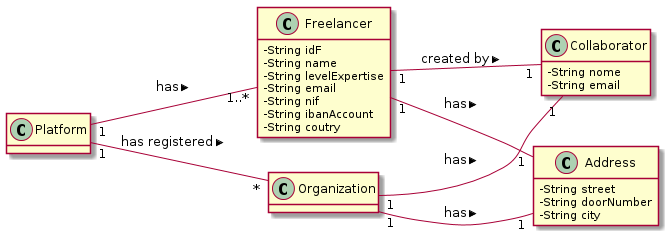
Above: docs/UC3 - Create Freelancer/UC3_MD.png in 1190452/LAPR2 (PlantUML), before the change.
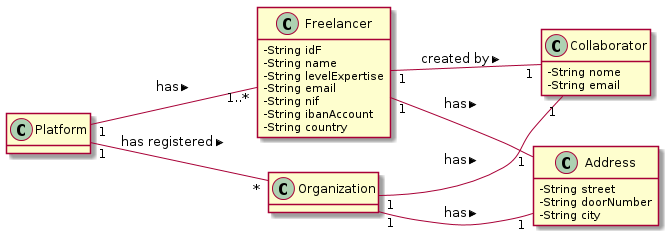
Later version of the same file.

The edit, as a diff of the source:
```diff
@@ -12,28 +12,17 @@
   -String email
   -String nif
   -String ibanAccount
-  -String coutry
+  -String country
 }
-
-
 class Collaborator{
   -String nome
   -String email
 }
-
-
-
-
-
 class Address{
   -String street
   -String doorNumber
   -String city
 }
-
-
-
-
 
 
 Freelancer "1" -- "1" Address: has >
```
